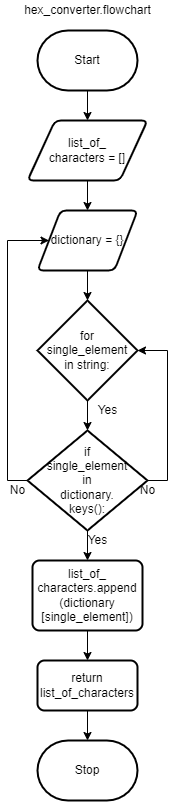
This is designs/flowchart.png from KaitlynIp64/ICS3UR-Unit-6-06-Python, a draw.io export, as it was before one commit. Source tidied: cells renumbered, new cells last; positions are measured from the earlier drawing's top-left corner, leaving out a move shared by most shapes. Its diagram source:
```xml
<mxGraphModel>
  <root>
    <mxCell id="0" />
    <mxCell id="1" parent="0" />
    <mxCell id="2" style="edgeStyle=none;html=1;exitX=0.5;exitY=1;exitDx=0;exitDy=0;exitPerimeter=0;entryX=0.5;entryY=0;entryDx=0;entryDy=0;" parent="1" edge="1" source="3" target="5">
      <mxGeometry relative="1" as="geometry" />
    </mxCell>
    <mxCell id="3" value="Start" style="strokeWidth=2;html=1;shape=mxgraph.flowchart.terminator;whiteSpace=wrap;" parent="1" vertex="1">
      <mxGeometry x="35" y="30" width="100" height="60" as="geometry" />
    </mxCell>
    <mxCell id="4" style="edgeStyle=none;html=1;exitX=0.5;exitY=1;exitDx=0;exitDy=0;entryX=0.5;entryY=0;entryDx=0;entryDy=0;" parent="1" edge="1" source="5" target="7">
      <mxGeometry relative="1" as="geometry" />
    </mxCell>
    <mxCell id="5" value="&lt;div&gt;&amp;nbsp;&lt;/div&gt;&lt;div&gt;list_of_&lt;/div&gt;&lt;div&gt;characters = []&lt;/div&gt;&lt;div&gt;&lt;br&gt;&lt;/div&gt;" style="shape=parallelogram;html=1;strokeWidth=2;perimeter=parallelogramPerimeter;whiteSpace=wrap;rounded=1;arcSize=12;size=0.23;" parent="1" vertex="1">
      <mxGeometry x="25" y="120" width="120" height="60" as="geometry" />
    </mxCell>
    <mxCell id="6" style="edgeStyle=none;html=1;exitX=0.5;exitY=1;exitDx=0;exitDy=0;entryX=0.5;entryY=0;entryDx=0;entryDy=0;entryPerimeter=0;" parent="1" edge="1" source="7" target="9">
      <mxGeometry relative="1" as="geometry" />
    </mxCell>
    <mxCell id="7" value="dictionary = {}" style="shape=parallelogram;html=1;strokeWidth=2;perimeter=parallelogramPerimeter;whiteSpace=wrap;rounded=1;arcSize=12;size=0.23;" parent="1" vertex="1">
      <mxGeometry x="35" y="210" width="100" height="60" as="geometry" />
    </mxCell>
    <mxCell id="8" style="edgeStyle=none;html=1;exitX=0.5;exitY=1;exitDx=0;exitDy=0;exitPerimeter=0;entryX=0.5;entryY=0;entryDx=0;entryDy=0;entryPerimeter=0;" parent="1" edge="1" source="9" target="13">
      <mxGeometry relative="1" as="geometry" />
    </mxCell>
    <mxCell id="9" value="for single_element &lt;br&gt;in string:" style="strokeWidth=2;html=1;shape=mxgraph.flowchart.decision;whiteSpace=wrap;" parent="1" vertex="1">
      <mxGeometry x="35" y="300" width="100" height="100" as="geometry" />
    </mxCell>
    <mxCell id="10" style="edgeStyle=none;html=1;exitX=0.5;exitY=1;exitDx=0;exitDy=0;exitPerimeter=0;entryX=0.5;entryY=0;entryDx=0;entryDy=0;" parent="1" edge="1" source="13" target="15">
      <mxGeometry relative="1" as="geometry" />
    </mxCell>
    <mxCell id="11" style="edgeStyle=none;html=1;entryX=1;entryY=0.5;entryDx=0;entryDy=0;entryPerimeter=0;rounded=0;" parent="1" edge="1" source="13" target="9">
      <mxGeometry relative="1" as="geometry">
        <Array as="points">
          <mxPoint x="165" y="480" />
          <mxPoint x="165" y="350" />
        </Array>
      </mxGeometry>
    </mxCell>
    <mxCell id="12" style="edgeStyle=none;rounded=0;html=1;exitX=0;exitY=0.5;exitDx=0;exitDy=0;exitPerimeter=0;entryX=0;entryY=0.5;entryDx=0;entryDy=0;" parent="1" edge="1" source="13" target="7">
      <mxGeometry relative="1" as="geometry">
        <Array as="points">
          <mxPoint x="5" y="480" />
          <mxPoint x="5" y="240" />
        </Array>
      </mxGeometry>
    </mxCell>
    <mxCell id="13" value="if &lt;br&gt;single_element &lt;br&gt;in &lt;br&gt;dictionary.&lt;br&gt;keys():" style="strokeWidth=2;html=1;shape=mxgraph.flowchart.decision;whiteSpace=wrap;" parent="1" vertex="1">
      <mxGeometry x="25" y="430" width="120" height="100" as="geometry" />
    </mxCell>
    <mxCell id="14" style="edgeStyle=none;html=1;exitX=0.5;exitY=1;exitDx=0;exitDy=0;entryX=0.5;entryY=0;entryDx=0;entryDy=0;" parent="1" edge="1" source="15" target="17">
      <mxGeometry relative="1" as="geometry" />
    </mxCell>
    <mxCell id="15" value="list_of_&lt;br&gt;characters.append&lt;br&gt;(dictionary&lt;br&gt;[single_element])" style="rounded=1;whiteSpace=wrap;html=1;absoluteArcSize=1;arcSize=14;strokeWidth=2;" parent="1" vertex="1">
      <mxGeometry x="30" y="560" width="110" height="70" as="geometry" />
    </mxCell>
    <mxCell id="16" style="edgeStyle=none;html=1;exitX=0.5;exitY=1;exitDx=0;exitDy=0;entryX=0.5;entryY=0;entryDx=0;entryDy=0;entryPerimeter=0;" parent="1" edge="1" source="17" target="18">
      <mxGeometry relative="1" as="geometry" />
    </mxCell>
    <mxCell id="17" value="return list_of_characters" style="rounded=1;whiteSpace=wrap;html=1;absoluteArcSize=1;arcSize=14;strokeWidth=2;" parent="1" vertex="1">
      <mxGeometry x="35" y="660" width="100" height="50" as="geometry" />
    </mxCell>
    <mxCell id="18" value="Stop" style="strokeWidth=2;html=1;shape=mxgraph.flowchart.terminator;whiteSpace=wrap;" parent="1" vertex="1">
      <mxGeometry x="35" y="740" width="100" height="60" as="geometry" />
    </mxCell>
    <mxCell id="19" value="No" style="text;html=1;align=center;verticalAlign=middle;strokeColor=none;fillColor=none;" parent="1" vertex="1">
      <mxGeometry x="130" y="480" width="30" height="20" as="geometry" />
    </mxCell>
    <mxCell id="20" value="Yes" style="text;html=1;align=center;verticalAlign=middle;strokeColor=none;fillColor=none;" parent="1" vertex="1">
      <mxGeometry x="75" y="530" width="40" height="20" as="geometry" />
    </mxCell>
    <mxCell id="21" value="No" style="text;html=1;align=center;verticalAlign=middle;strokeColor=none;fillColor=none;" parent="1" vertex="1">
      <mxGeometry y="480" width="30" height="20" as="geometry" />
    </mxCell>
    <mxCell id="22" value="Yes" style="text;html=1;align=center;verticalAlign=middle;strokeColor=none;fillColor=none;" parent="1" vertex="1">
      <mxGeometry x="85" y="400" width="40" height="20" as="geometry" />
    </mxCell>
    <mxCell id="23" value="hex_converter.flowchart" style="text;html=1;align=center;verticalAlign=middle;strokeColor=none;fillColor=none;" parent="1" vertex="1">
      <mxGeometry x="15" width="140" height="20" as="geometry" />
    </mxCell>
  </root>
</mxGraphModel>
```
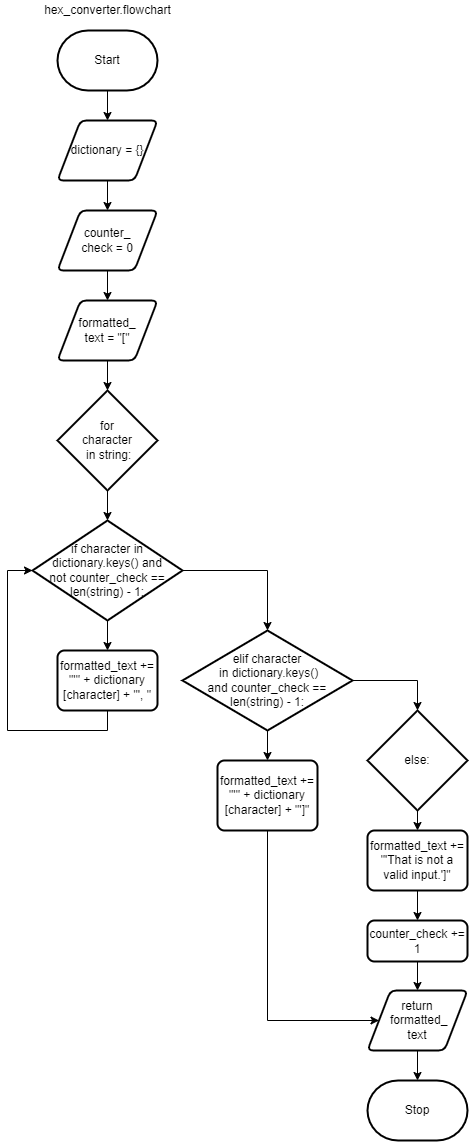
After the commit.

The edit, as a diff of the source:
```diff
@@ -2,81 +2,113 @@
   <root>
     <mxCell id="0" />
     <mxCell id="1" parent="0" />
-    <mxCell id="2" style="edgeStyle=none;html=1;exitX=0.5;exitY=1;exitDx=0;exitDy=0;exitPerimeter=0;entryX=0.5;entryY=0;entryDx=0;entryDy=0;" parent="1" edge="1" source="3" target="5">
-      <mxGeometry relative="1" as="geometry" />
-    </mxCell>
     <mxCell id="3" value="Start" style="strokeWidth=2;html=1;shape=mxgraph.flowchart.terminator;whiteSpace=wrap;" parent="1" vertex="1">
-      <mxGeometry x="35" y="30" width="100" height="60" as="geometry" />
+      <mxGeometry x="35" y="120" width="100" height="60" as="geometry" />
     </mxCell>
-    <mxCell id="4" style="edgeStyle=none;html=1;exitX=0.5;exitY=1;exitDx=0;exitDy=0;entryX=0.5;entryY=0;entryDx=0;entryDy=0;" parent="1" edge="1" source="5" target="7">
+    <mxCell id="4" style="edgeStyle=none;html=1;entryX=0.5;entryY=0;entryDx=0;entryDy=0;" parent="1" edge="1" source="3" target="7">
       <mxGeometry relative="1" as="geometry" />
     </mxCell>
-    <mxCell id="5" value="&lt;div&gt;&amp;nbsp;&lt;/div&gt;&lt;div&gt;list_of_&lt;/div&gt;&lt;div&gt;characters = []&lt;/div&gt;&lt;div&gt;&lt;br&gt;&lt;/div&gt;" style="shape=parallelogram;html=1;strokeWidth=2;perimeter=parallelogramPerimeter;whiteSpace=wrap;rounded=1;arcSize=12;size=0.23;" parent="1" vertex="1">
-      <mxGeometry x="25" y="120" width="120" height="60" as="geometry" />
-    </mxCell>
-    <mxCell id="6" style="edgeStyle=none;html=1;exitX=0.5;exitY=1;exitDx=0;exitDy=0;entryX=0.5;entryY=0;entryDx=0;entryDy=0;entryPerimeter=0;" parent="1" edge="1" source="7" target="9">
+    <mxCell id="6" style="edgeStyle=none;html=1;exitX=0.5;exitY=1;exitDx=0;exitDy=0;entryX=0.5;entryY=0;entryDx=0;entryDy=0;" parent="1" edge="1" source="7" target="25">
       <mxGeometry relative="1" as="geometry" />
     </mxCell>
     <mxCell id="7" value="dictionary = {}" style="shape=parallelogram;html=1;strokeWidth=2;perimeter=parallelogramPerimeter;whiteSpace=wrap;rounded=1;arcSize=12;size=0.23;" parent="1" vertex="1">
       <mxGeometry x="35" y="210" width="100" height="60" as="geometry" />
     </mxCell>
-    <mxCell id="8" style="edgeStyle=none;html=1;exitX=0.5;exitY=1;exitDx=0;exitDy=0;exitPerimeter=0;entryX=0.5;entryY=0;entryDx=0;entryDy=0;entryPerimeter=0;" parent="1" edge="1" source="9" target="13">
-      <mxGeometry relative="1" as="geometry" />
-    </mxCell>
-    <mxCell id="9" value="for single_element &lt;br&gt;in string:" style="strokeWidth=2;html=1;shape=mxgraph.flowchart.decision;whiteSpace=wrap;" parent="1" vertex="1">
-      <mxGeometry x="35" y="300" width="100" height="100" as="geometry" />
-    </mxCell>
-    <mxCell id="10" style="edgeStyle=none;html=1;exitX=0.5;exitY=1;exitDx=0;exitDy=0;exitPerimeter=0;entryX=0.5;entryY=0;entryDx=0;entryDy=0;" parent="1" edge="1" source="13" target="15">
-      <mxGeometry relative="1" as="geometry" />
-    </mxCell>
-    <mxCell id="11" style="edgeStyle=none;html=1;entryX=1;entryY=0.5;entryDx=0;entryDy=0;entryPerimeter=0;rounded=0;" parent="1" edge="1" source="13" target="9">
-      <mxGeometry relative="1" as="geometry">
-        <Array as="points">
-          <mxPoint x="165" y="480" />
-          <mxPoint x="165" y="350" />
-        </Array>
-      </mxGeometry>
-    </mxCell>
-    <mxCell id="12" style="edgeStyle=none;rounded=0;html=1;exitX=0;exitY=0.5;exitDx=0;exitDy=0;exitPerimeter=0;entryX=0;entryY=0.5;entryDx=0;entryDy=0;" parent="1" edge="1" source="13" target="7">
-      <mxGeometry relative="1" as="geometry">
-        <Array as="points">
-          <mxPoint x="5" y="480" />
-          <mxPoint x="5" y="240" />
-        </Array>
-      </mxGeometry>
-    </mxCell>
-    <mxCell id="13" value="if &lt;br&gt;single_element &lt;br&gt;in &lt;br&gt;dictionary.&lt;br&gt;keys():" style="strokeWidth=2;html=1;shape=mxgraph.flowchart.decision;whiteSpace=wrap;" parent="1" vertex="1">
-      <mxGeometry x="25" y="430" width="120" height="100" as="geometry" />
-    </mxCell>
-    <mxCell id="14" style="edgeStyle=none;html=1;exitX=0.5;exitY=1;exitDx=0;exitDy=0;entryX=0.5;entryY=0;entryDx=0;entryDy=0;" parent="1" edge="1" source="15" target="17">
-      <mxGeometry relative="1" as="geometry" />
-    </mxCell>
-    <mxCell id="15" value="list_of_&lt;br&gt;characters.append&lt;br&gt;(dictionary&lt;br&gt;[single_element])" style="rounded=1;whiteSpace=wrap;html=1;absoluteArcSize=1;arcSize=14;strokeWidth=2;" parent="1" vertex="1">
-      <mxGeometry x="30" y="560" width="110" height="70" as="geometry" />
-    </mxCell>
-    <mxCell id="16" style="edgeStyle=none;html=1;exitX=0.5;exitY=1;exitDx=0;exitDy=0;entryX=0.5;entryY=0;entryDx=0;entryDy=0;entryPerimeter=0;" parent="1" edge="1" source="17" target="18">
-      <mxGeometry relative="1" as="geometry" />
-    </mxCell>
-    <mxCell id="17" value="return list_of_characters" style="rounded=1;whiteSpace=wrap;html=1;absoluteArcSize=1;arcSize=14;strokeWidth=2;" parent="1" vertex="1">
-      <mxGeometry x="35" y="660" width="100" height="50" as="geometry" />
-    </mxCell>
+    <mxCell id="23" value="hex_converter.flowchart" style="text;html=1;align=center;verticalAlign=middle;strokeColor=none;fillColor=none;" parent="1" vertex="1">
+      <mxGeometry x="15" y="90" width="140" height="20" as="geometry" />
+    </mxCell>
+    <mxCell id="24" style="edgeStyle=none;html=1;exitX=0.5;exitY=1;exitDx=0;exitDy=0;entryX=0.5;entryY=0;entryDx=0;entryDy=0;" parent="1" edge="1" source="25" target="27">
+      <mxGeometry relative="1" as="geometry" />
+    </mxCell>
+    <mxCell id="25" value="counter_&lt;br&gt;check = 0" style="shape=parallelogram;html=1;strokeWidth=2;perimeter=parallelogramPerimeter;whiteSpace=wrap;rounded=1;arcSize=12;size=0.23;" parent="1" vertex="1">
+      <mxGeometry x="35" y="300" width="100" height="60" as="geometry" />
+    </mxCell>
+    <mxCell id="26" style="edgeStyle=none;html=1;exitX=0.5;exitY=1;exitDx=0;exitDy=0;entryX=0.5;entryY=0;entryDx=0;entryDy=0;entryPerimeter=0;" parent="1" edge="1" source="27" target="29">
+      <mxGeometry relative="1" as="geometry" />
+    </mxCell>
+    <mxCell id="27" value="formatted_&lt;br&gt;text = &quot;[&quot;" style="shape=parallelogram;html=1;strokeWidth=2;perimeter=parallelogramPerimeter;whiteSpace=wrap;rounded=1;arcSize=12;size=0.23;" parent="1" vertex="1">
+      <mxGeometry x="35" y="390" width="100" height="60" as="geometry" />
+    </mxCell>
+    <mxCell id="28" style="edgeStyle=none;html=1;exitX=0.5;exitY=1;exitDx=0;exitDy=0;exitPerimeter=0;entryX=0.5;entryY=0;entryDx=0;entryDy=0;entryPerimeter=0;" parent="1" edge="1" source="29" target="32">
+      <mxGeometry relative="1" as="geometry" />
+    </mxCell>
+    <mxCell id="29" value="for &lt;br&gt;character&lt;br&gt;&amp;nbsp;in string:" style="strokeWidth=2;html=1;shape=mxgraph.flowchart.decision;whiteSpace=wrap;" parent="1" vertex="1">
+      <mxGeometry x="35" y="480" width="100" height="100" as="geometry" />
+    </mxCell>
+    <mxCell id="30" style="edgeStyle=none;html=1;exitX=0.5;exitY=1;exitDx=0;exitDy=0;exitPerimeter=0;entryX=0.5;entryY=0;entryDx=0;entryDy=0;" parent="1" edge="1" source="32" target="34">
+      <mxGeometry relative="1" as="geometry" />
+    </mxCell>
+    <mxCell id="31" style="edgeStyle=none;html=1;exitX=1;exitY=0.5;exitDx=0;exitDy=0;exitPerimeter=0;entryX=0.5;entryY=0;entryDx=0;entryDy=0;entryPerimeter=0;rounded=0;" parent="1" edge="1" source="32" target="37">
+      <mxGeometry relative="1" as="geometry">
+        <Array as="points">
+          <mxPoint x="245" y="660" />
+        </Array>
+      </mxGeometry>
+    </mxCell>
+    <mxCell id="32" value="if character in dictionary.keys() and &lt;br&gt;not counter_check == len(string) - 1:" style="strokeWidth=2;html=1;shape=mxgraph.flowchart.decision;whiteSpace=wrap;" parent="1" vertex="1">
+      <mxGeometry x="10" y="610" width="150" height="100" as="geometry" />
+    </mxCell>
+    <mxCell id="33" style="edgeStyle=none;rounded=0;html=1;exitX=0.5;exitY=1;exitDx=0;exitDy=0;entryX=0;entryY=0.5;entryDx=0;entryDy=0;entryPerimeter=0;" parent="1" edge="1" source="34" target="32">
+      <mxGeometry relative="1" as="geometry">
+        <Array as="points">
+          <mxPoint x="85" y="820" />
+          <mxPoint x="-15" y="820" />
+          <mxPoint x="-15" y="660" />
+        </Array>
+      </mxGeometry>
+    </mxCell>
+    <mxCell id="34" value="formatted_text += &quot;'&quot; + dictionary&lt;br&gt;[character] + &quot;', &quot;" style="rounded=1;whiteSpace=wrap;html=1;absoluteArcSize=1;arcSize=14;strokeWidth=2;" parent="1" vertex="1">
+      <mxGeometry x="35" y="740" width="100" height="60" as="geometry" />
+    </mxCell>
+    <mxCell id="35" style="edgeStyle=none;rounded=0;html=1;exitX=0.5;exitY=1;exitDx=0;exitDy=0;exitPerimeter=0;entryX=0.5;entryY=0;entryDx=0;entryDy=0;" parent="1" edge="1" source="37" target="39">
+      <mxGeometry relative="1" as="geometry" />
+    </mxCell>
+    <mxCell id="36" style="edgeStyle=none;rounded=0;html=1;exitX=1;exitY=0.5;exitDx=0;exitDy=0;exitPerimeter=0;entryX=0.5;entryY=0;entryDx=0;entryDy=0;entryPerimeter=0;" parent="1" edge="1" source="37" target="41">
+      <mxGeometry relative="1" as="geometry">
+        <Array as="points">
+          <mxPoint x="395" y="770" />
+        </Array>
+      </mxGeometry>
+    </mxCell>
+    <mxCell id="37" value="elif character&lt;br&gt;&amp;nbsp;in dictionary.keys() &lt;br&gt;and counter_check == len(string) - 1:" style="strokeWidth=2;html=1;shape=mxgraph.flowchart.decision;whiteSpace=wrap;" parent="1" vertex="1">
+      <mxGeometry x="160" y="720" width="170" height="100" as="geometry" />
+    </mxCell>
+    <mxCell id="38" style="edgeStyle=none;rounded=0;html=1;exitX=0.5;exitY=1;exitDx=0;exitDy=0;entryX=0;entryY=0.5;entryDx=0;entryDy=0;" parent="1" edge="1" source="39" target="47">
+      <mxGeometry relative="1" as="geometry">
+        <Array as="points">
+          <mxPoint x="245" y="1110" />
+        </Array>
+      </mxGeometry>
+    </mxCell>
+    <mxCell id="39" value="formatted_text += &quot;'&quot; + dictionary&lt;br&gt;[character] + &quot;']&quot;" style="rounded=1;whiteSpace=wrap;html=1;absoluteArcSize=1;arcSize=14;strokeWidth=2;" parent="1" vertex="1">
+      <mxGeometry x="195" y="850" width="100" height="70" as="geometry" />
+    </mxCell>
+    <mxCell id="40" style="edgeStyle=none;rounded=0;html=1;exitX=0.5;exitY=1;exitDx=0;exitDy=0;exitPerimeter=0;entryX=0.5;entryY=0;entryDx=0;entryDy=0;" parent="1" edge="1" source="41" target="43">
+      <mxGeometry relative="1" as="geometry" />
+    </mxCell>
+    <mxCell id="41" value="else:" style="strokeWidth=2;html=1;shape=mxgraph.flowchart.decision;whiteSpace=wrap;" parent="1" vertex="1">
+      <mxGeometry x="345" y="800" width="100" height="100" as="geometry" />
+    </mxCell>
+    <mxCell id="42" style="edgeStyle=none;rounded=0;html=1;exitX=0.5;exitY=1;exitDx=0;exitDy=0;entryX=0.5;entryY=0;entryDx=0;entryDy=0;" parent="1" edge="1" source="43" target="45">
+      <mxGeometry relative="1" as="geometry" />
+    </mxCell>
+    <mxCell id="43" value="formatted_text += &quot;'That is not a valid input.']&quot;" style="rounded=1;whiteSpace=wrap;html=1;absoluteArcSize=1;arcSize=14;strokeWidth=2;" parent="1" vertex="1">
+      <mxGeometry x="345" y="920" width="100" height="60" as="geometry" />
+    </mxCell>
+    <mxCell id="44" style="edgeStyle=none;rounded=0;html=1;exitX=0.5;exitY=1;exitDx=0;exitDy=0;entryX=0.5;entryY=0;entryDx=0;entryDy=0;" parent="1" edge="1" source="45" target="47">
+      <mxGeometry relative="1" as="geometry" />
+    </mxCell>
+    <mxCell id="45" value="counter_check += 1" style="rounded=1;whiteSpace=wrap;html=1;absoluteArcSize=1;arcSize=14;strokeWidth=2;" parent="1" vertex="1">
+      <mxGeometry x="345" y="1010" width="100" height="41" as="geometry" />
+    </mxCell>
+    <mxCell id="46" style="edgeStyle=none;rounded=0;html=1;exitX=0.5;exitY=1;exitDx=0;exitDy=0;entryX=0.5;entryY=0;entryDx=0;entryDy=0;entryPerimeter=0;" parent="1" edge="1" source="47" target="18">
+      <mxGeometry relative="1" as="geometry" />
+    </mxCell>
+    <mxCell id="47" value="return&lt;br&gt;&amp;nbsp;formatted_&lt;br&gt;text" style="shape=parallelogram;html=1;strokeWidth=2;perimeter=parallelogramPerimeter;whiteSpace=wrap;rounded=1;arcSize=12;size=0.23;" parent="1" vertex="1">
+      <mxGeometry x="345" y="1080" width="100" height="60" as="geometry" />
+    </mxCell>
     <mxCell id="18" value="Stop" style="strokeWidth=2;html=1;shape=mxgraph.flowchart.terminator;whiteSpace=wrap;" parent="1" vertex="1">
-      <mxGeometry x="35" y="740" width="100" height="60" as="geometry" />
+      <mxGeometry x="345" y="1170" width="100" height="60" as="geometry" />
     </mxCell>
-    <mxCell id="19" value="No" style="text;html=1;align=center;verticalAlign=middle;strokeColor=none;fillColor=none;" parent="1" vertex="1">
-      <mxGeometry x="130" y="480" width="30" height="20" as="geometry" />
-    </mxCell>
-    <mxCell id="20" value="Yes" style="text;html=1;align=center;verticalAlign=middle;strokeColor=none;fillColor=none;" parent="1" vertex="1">
-      <mxGeometry x="75" y="530" width="40" height="20" as="geometry" />
-    </mxCell>
-    <mxCell id="21" value="No" style="text;html=1;align=center;verticalAlign=middle;strokeColor=none;fillColor=none;" parent="1" vertex="1">
-      <mxGeometry y="480" width="30" height="20" as="geometry" />
-    </mxCell>
-    <mxCell id="22" value="Yes" style="text;html=1;align=center;verticalAlign=middle;strokeColor=none;fillColor=none;" parent="1" vertex="1">
-      <mxGeometry x="85" y="400" width="40" height="20" as="geometry" />
-    </mxCell>
-    <mxCell id="23" value="hex_converter.flowchart" style="text;html=1;align=center;verticalAlign=middle;strokeColor=none;fillColor=none;" parent="1" vertex="1">
-      <mxGeometry x="15" width="140" height="20" as="geometry" />
-    </mxCell>
   </root>
 </mxGraphModel>
```
